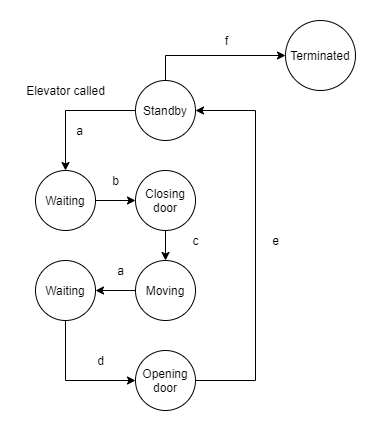
Earlier version of the draw.io export vjezba-1-3/src/assets/elevator-diagram.png (MatijaNovosel/piis-2020). Source tidied: cells renumbered, new cells last; positions are measured from the earlier drawing's top-left corner, leaving out a move shared by most shapes.
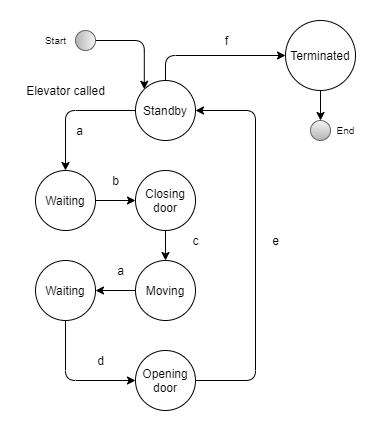
After the change.

The edit, as a diff of the source:
```diff
@@ -2,10 +2,10 @@
   <root>
     <mxCell id="0" />
     <mxCell id="1" parent="0" />
-    <mxCell id="2" style="edgeStyle=orthogonalEdgeStyle;rounded=0;jettySize=auto;html=1;entryX=0.5;entryY=0;entryDx=0;entryDy=0;" parent="1" edge="1" source="4" target="12">
+    <mxCell id="2" style="edgeStyle=orthogonalEdgeStyle;rounded=1;jettySize=auto;html=1;entryX=0.5;entryY=0;entryDx=0;entryDy=0;" parent="1" edge="1" source="4" target="12">
       <mxGeometry relative="1" as="geometry" />
     </mxCell>
-    <mxCell id="3" style="edgeStyle=orthogonalEdgeStyle;rounded=0;jettySize=auto;html=1;entryX=0;entryY=0.5;entryDx=0;entryDy=0;" parent="1" edge="1" source="4" target="22">
+    <mxCell id="3" style="edgeStyle=orthogonalEdgeStyle;rounded=1;jettySize=auto;html=1;entryX=0;entryY=0.5;entryDx=0;entryDy=0;" parent="1" edge="1" source="4" target="23">
       <mxGeometry relative="1" as="geometry">
         <Array as="points">
           <mxPoint x="145" y="35" />
@@ -27,7 +27,7 @@
     <mxCell id="8" value="Moving" style="ellipse;whiteSpace=wrap;html=1;rounded=0;shadow=0;glass=0;labelBackgroundColor=none;strokeColor=#000000;fillColor=#ffffff;gradientColor=none;align=center;" parent="1" vertex="1">
       <mxGeometry x="115" y="240" width="60" height="60" as="geometry" />
     </mxCell>
-    <mxCell id="9" style="edgeStyle=orthogonalEdgeStyle;rounded=0;jettySize=auto;html=1;entryX=1;entryY=0.5;entryDx=0;entryDy=0;" parent="1" edge="1" source="10" target="4">
+    <mxCell id="9" style="edgeStyle=orthogonalEdgeStyle;rounded=1;jettySize=auto;html=1;entryX=1;entryY=0.5;entryDx=0;entryDy=0;" parent="1" edge="1" source="10" target="4">
       <mxGeometry relative="1" as="geometry">
         <Array as="points">
           <mxPoint x="235" y="360" />
@@ -44,7 +44,7 @@
     <mxCell id="12" value="Waiting" style="ellipse;whiteSpace=wrap;html=1;rounded=0;shadow=0;glass=0;labelBackgroundColor=none;strokeColor=#000000;fillColor=#ffffff;gradientColor=none;align=center;" parent="1" vertex="1">
       <mxGeometry x="15" y="150" width="60" height="60" as="geometry" />
     </mxCell>
-    <mxCell id="13" style="edgeStyle=orthogonalEdgeStyle;rounded=0;jettySize=auto;html=1;entryX=0;entryY=0.5;entryDx=0;entryDy=0;" parent="1" edge="1" source="14" target="10">
+    <mxCell id="13" style="edgeStyle=orthogonalEdgeStyle;rounded=1;jettySize=auto;html=1;entryX=0;entryY=0.5;entryDx=0;entryDy=0;" parent="1" edge="1" source="14" target="10">
       <mxGeometry relative="1" as="geometry">
         <Array as="points">
           <mxPoint x="45" y="360" />
@@ -75,11 +75,29 @@
     <mxCell id="21" value="e" style="text;html=1;align=center;verticalAlign=middle;" parent="1" vertex="1">
       <mxGeometry x="245" y="210" width="20" height="20" as="geometry" />
     </mxCell>
-    <mxCell id="22" value="Terminated" style="ellipse;whiteSpace=wrap;html=1;rounded=0;shadow=0;glass=0;labelBackgroundColor=none;strokeColor=#000000;gradientColor=none;align=center;" parent="1" vertex="1">
-      <mxGeometry x="265" width="70" height="70" as="geometry" />
+    <mxCell id="22" style="edgeStyle=orthogonalEdgeStyle;rounded=0;jettySize=auto;html=1;fontSize=10;" parent="1" edge="1" source="23" target="25">
+      <mxGeometry relative="1" as="geometry" />
     </mxCell>
-    <mxCell id="23" value="f" style="text;html=1;align=center;verticalAlign=middle;points=[];" parent="1" vertex="1">
-      <mxGeometry x="196" y="10" width="20" height="20" as="geometry" />
+    <mxCell id="23" value="Terminated" style="ellipse;whiteSpace=wrap;html=1;rounded=0;shadow=0;glass=0;labelBackgroundColor=none;strokeColor=#000000;gradientColor=none;align=center;" parent="1" vertex="1">
+      <mxGeometry x="265" width="70" height="70" as="geometry" />
     </mxCell>
+    <mxCell id="24" value="f" style="text;html=1;align=center;verticalAlign=middle;" parent="1" vertex="1">
+      <mxGeometry x="196" y="10" width="20" height="20" as="geometry" />
+    </mxCell>
+    <mxCell id="25" style="ellipse;whiteSpace=wrap;html=1;fillColor=#f5f5f5;fontSize=10;gradientColor=#b3b3b3;strokeColor=#666666;" parent="1" vertex="1">
+      <mxGeometry x="290" y="100" width="20" height="20" as="geometry" />
+    </mxCell>
+    <mxCell id="26" value="End" style="text;html=1;align=center;verticalAlign=middle;fontSize=10;" parent="1" vertex="1">
+      <mxGeometry x="310" y="100" width="30" height="20" as="geometry" />
+    </mxCell>
+    <mxCell id="27" style="edgeStyle=orthogonalEdgeStyle;rounded=1;jettySize=auto;html=1;entryX=0;entryY=0;entryDx=0;entryDy=0;fontSize=10;" parent="1" edge="1" source="28" target="4">
+      <mxGeometry relative="1" as="geometry" />
+    </mxCell>
+    <mxCell id="28" style="ellipse;whiteSpace=wrap;html=1;fillColor=#f5f5f5;fontSize=10;gradientColor=#b3b3b3;strokeColor=#666666;direction=south;" parent="1" vertex="1">
+      <mxGeometry x="55" y="10" width="20" height="20" as="geometry" />
+    </mxCell>
+    <mxCell id="29" value="Start" style="text;html=1;align=center;verticalAlign=middle;fontSize=10;" parent="1" vertex="1">
+      <mxGeometry x="15" y="10" width="40" height="20" as="geometry" />
+    </mxCell>
   </root>
 </mxGraphModel>
```
